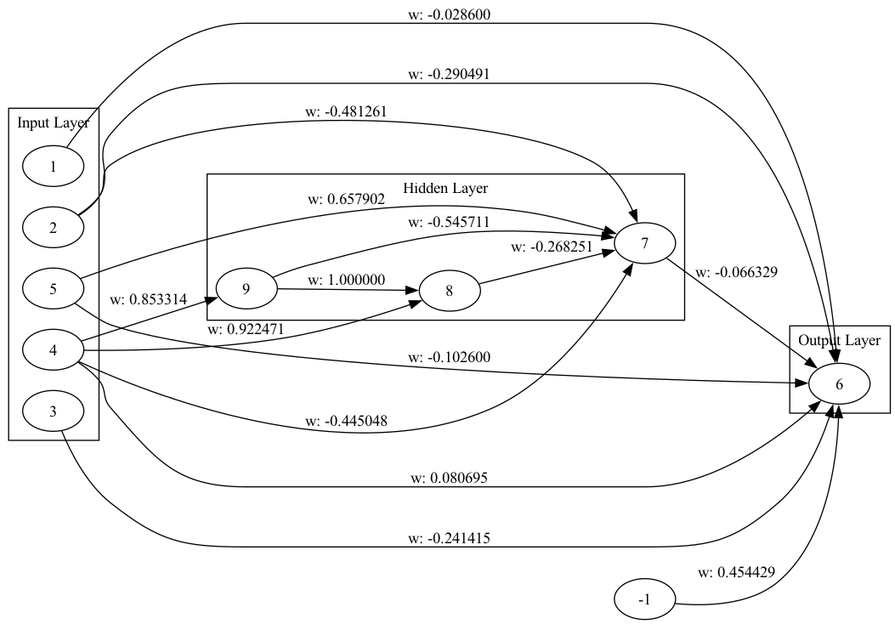
Before: genome_graph.png, a diagram exported from Graphviz (malikAkurtz/TradingSystem). Its source is kept beside it as genome_graph.dot.
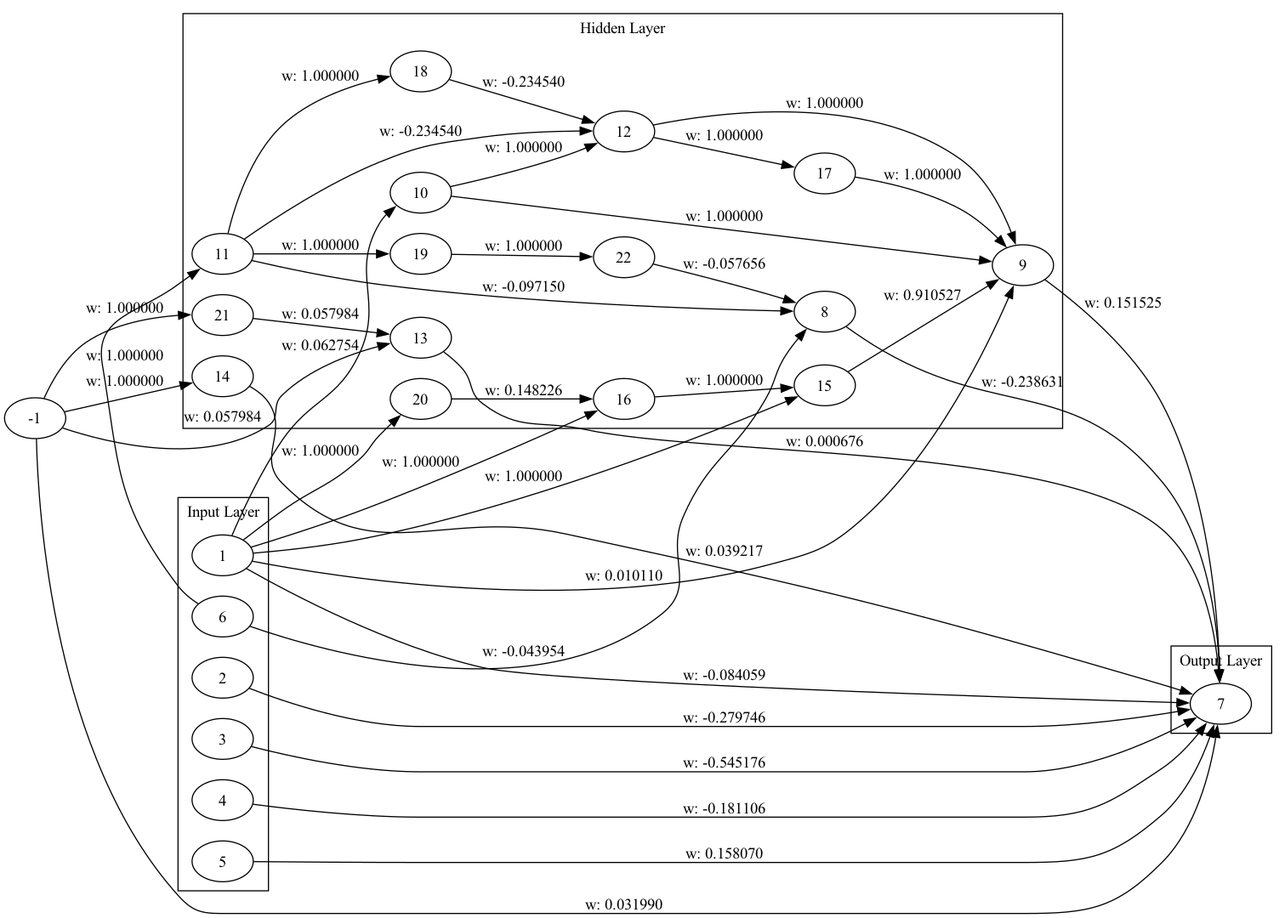
Later version of the same file.

Diff of the diagram source:
```diff
@@ -7,30 +7,64 @@
     3;
     4;
     5;
+    6;
   }
   subgraph cluster_1 {
     label="Hidden Layer";
-    7;
     8;
     9;
+    10;
+    11;
+    12;
+    13;
+    14;
+    15;
+    16;
+    17;
+    18;
+    19;
+    20;
+    21;
+    22;
   }
   subgraph cluster_2 {
     label="Output Layer";
-    6;
+    7;
   }
-  1 -> 6 [label="w: -0.028600"];
-  2 -> 6 [label="w: -0.290491"];
-  3 -> 6 [label="w: -0.241415"];
-  4 -> 6 [label="w: 0.080695"];
-  5 -> 6 [label="w: -0.102600"];
-  -1 -> 6 [label="w: 0.454429"];
-  4 -> 7 [label="w: -0.445048"];
-  7 -> 6 [label="w: -0.066329"];
-  5 -> 7 [label="w: 0.657902"];
-  2 -> 7 [label="w: -0.481261"];
-  4 -> 8 [label="w: 0.922471"];
-  8 -> 7 [label="w: -0.268251"];
-  4 -> 9 [label="w: 0.853314"];
-  9 -> 8 [label="w: 1.000000"];
-  9 -> 7 [label="w: -0.545711"];
+  1 -> 7 [label="w: -0.084059"];
+  2 -> 7 [label="w: -0.279746"];
+  3 -> 7 [label="w: -0.545176"];
+  4 -> 7 [label="w: -0.181106"];
+  5 -> 7 [label="w: 0.158070"];
+  -1 -> 7 [label="w: 0.031990"];
+  6 -> 8 [label="w: -0.043954"];
+  8 -> 7 [label="w: -0.238631"];
+  1 -> 9 [label="w: 0.010110"];
+  9 -> 7 [label="w: 0.151525"];
+  1 -> 10 [label="w: 0.062754"];
+  10 -> 9 [label="w: 1.000000"];
+  6 -> 11 [label="w: 1.000000"];
+  11 -> 8 [label="w: -0.097150"];
+  10 -> 12 [label="w: 1.000000"];
+  12 -> 9 [label="w: 1.000000"];
+  -1 -> 13 [label="w: 0.057984"];
+  13 -> 7 [label="w: 0.000676"];
+  11 -> 12 [label="w: -0.234540"];
+  -1 -> 14 [label="w: 1.000000"];
+  14 -> 7 [label="w: 0.039217"];
+  1 -> 15 [label="w: 1.000000"];
+  15 -> 9 [label="w: 0.910527"];
+  1 -> 16 [label="w: 1.000000"];
+  16 -> 15 [label="w: 1.000000"];
+  12 -> 17 [label="w: 1.000000"];
+  17 -> 9 [label="w: 1.000000"];
+  11 -> 18 [label="w: 1.000000"];
+  18 -> 12 [label="w: -0.234540"];
+  11 -> 19 [label="w: 1.000000"];
+  1 -> 20 [label="w: 1.000000"];
+  20 -> 16 [label="w: 0.148226"];
+  -1 -> 21 [label="w: 1.000000"];
+  21 -> 13 [label="w: 0.057984"];
+  19 -> 22 [label="w: 1.000000"];
+  22 -> 8 [label="w: -0.057656"];
 }
```
